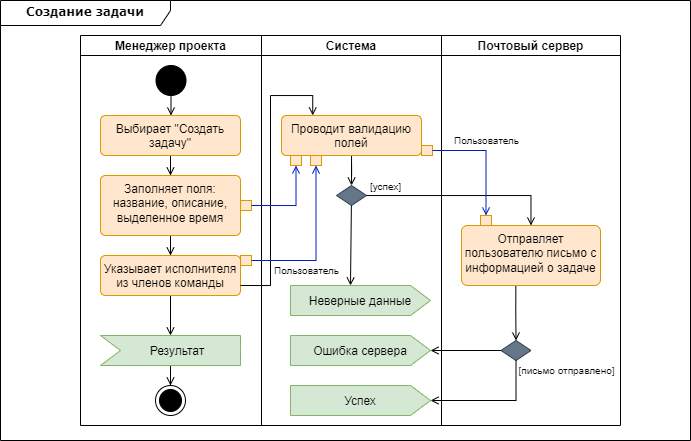
Earlier version of the draw.io export docs/create_task.png (aVorotnikov/thunder_board). Source tidied: cells renumbered, new cells last; positions are measured from the earlier drawing's top-left corner, leaving out a move shared by most shapes.
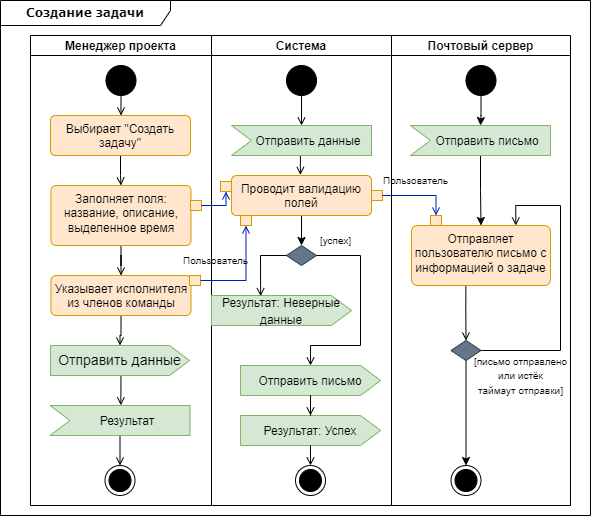
Later version of the same file.

Change to the diagram source:
```diff
@@ -3,16 +3,16 @@
     <mxCell id="0" />
     <mxCell id="1" parent="0" />
     <mxCell id="2" value="&lt;b&gt;Создание задачи&lt;/b&gt;" style="shape=umlFrame;whiteSpace=wrap;html=1;rounded=1;shadow=0;comic=0;labelBackgroundColor=none;strokeWidth=1;fontFamily=Verdana;fontSize=12;align=center;width=170;height=25;" parent="1" vertex="1">
-      <mxGeometry width="690" height="440" as="geometry" />
+      <mxGeometry x="50" width="590" height="515" as="geometry" />
     </mxCell>
     <mxCell id="3" style="shape=table;startSize=0;fillColor=none;" parent="1" vertex="1">
-      <mxGeometry x="80" y="35" width="540" height="390" as="geometry" />
+      <mxGeometry x="80" y="35" width="540" height="470" as="geometry" />
     </mxCell>
     <mxCell id="4" style="shape=tableRow;horizontal=0;swimlaneHead=0;swimlaneBody=0;top=0;left=0;strokeColor=inherit;bottom=0;right=0;fontStyle=0;fillColor=none;startSize=0;" parent="3" vertex="1">
-      <mxGeometry width="540" height="390" as="geometry" />
+      <mxGeometry width="540" height="470" as="geometry" />
     </mxCell>
     <mxCell id="5" value="Менеджер проекта" style="swimlane;swimlaneHead=0;swimlaneBody=0;fontStyle=1;strokeColor=inherit;fillColor=none;startSize=20;" parent="4" vertex="1">
-      <mxGeometry width="181" height="390" as="geometry" />
+      <mxGeometry width="181" height="470" as="geometry" />
     </mxCell>
     <mxCell id="6" style="edgeStyle=orthogonalEdgeStyle;rounded=0;jettySize=auto;html=1;endArrow=open;endFill=0;" parent="5" edge="1" source="7" target="9">
       <mxGeometry relative="1" as="geometry" />
@@ -30,70 +30,96 @@
       <mxGeometry relative="1" as="geometry" />
     </mxCell>
     <mxCell id="11" value="Заполняет поля: название, описание, выделенное время" style="html=1;align=center;verticalAlign=top;rounded=1;absoluteArcSize=1;arcSize=10;dashed=0;whiteSpace=wrap;fillColor=#ffe6cc;strokeColor=#d79b00;" parent="5" vertex="1">
-      <mxGeometry x="20" y="140" width="140" height="60" as="geometry" />
+      <mxGeometry x="20.5" y="150" width="140" height="60" as="geometry" />
     </mxCell>
-    <mxCell id="12" style="edgeStyle=orthogonalEdgeStyle;rounded=0;jettySize=auto;html=1;endArrow=open;endFill=0;" parent="5" edge="1" source="13" target="17">
-      <mxGeometry relative="1" as="geometry" />
-    </mxCell>
+    <mxCell id="46" style="edgeStyle=orthogonalEdgeStyle;rounded=0;jettySize=auto;html=1;endArrow=open;endFill=0;" parent="5" edge="1" source="13" target="48">
+      <mxGeometry relative="1" as="geometry" />
+    </mxCell>
     <mxCell id="13" value="Указывает исполнителя из членов команды" style="html=1;align=center;verticalAlign=top;rounded=1;absoluteArcSize=1;arcSize=10;dashed=0;whiteSpace=wrap;fillColor=#ffe6cc;strokeColor=#d79b00;" parent="5" vertex="1">
-      <mxGeometry x="20" y="220" width="140" height="40" as="geometry" />
+      <mxGeometry x="20.5" y="240" width="140" height="40" as="geometry" />
     </mxCell>
     <mxCell id="14" style="rounded=0;whiteSpace=wrap;html=1;fillColor=#ffe6cc;strokeColor=#d79b00;" parent="5" vertex="1">
       <mxGeometry x="160" y="165" width="11" height="10" as="geometry" />
     </mxCell>
     <mxCell id="15" style="rounded=0;whiteSpace=wrap;html=1;fillColor=#ffe6cc;strokeColor=#d79b00;" parent="5" vertex="1">
-      <mxGeometry x="160" y="220" width="11" height="10" as="geometry" />
+      <mxGeometry x="159" y="240" width="11" height="10" as="geometry" />
     </mxCell>
-    <mxCell id="16" style="edgeStyle=orthogonalEdgeStyle;rounded=0;jettySize=auto;html=1;endArrow=open;endFill=0;" parent="5" edge="1" source="17" target="18">
-      <mxGeometry relative="1" as="geometry" />
+    <mxCell id="16" style="edgeStyle=orthogonalEdgeStyle;rounded=0;jettySize=auto;html=1;endArrow=open;endFill=0;exitX=0;exitY=0;exitDx=70;exitDy=30;exitPerimeter=0;" parent="5" edge="1" source="17" target="18">
+      <mxGeometry relative="1" as="geometry">
+        <Array as="points">
+          <mxPoint x="90" y="452" />
+          <mxPoint x="90" y="452" />
+        </Array>
+      </mxGeometry>
     </mxCell>
     <mxCell id="17" value="&lt;font style=&quot;font-size: 12px;&quot;&gt;Результат&lt;/font&gt;" style="html=1;shape=mxgraph.infographic.ribbonSimple;notch1=20;notch2=0;align=center;verticalAlign=middle;fontSize=14;fontStyle=0;fillColor=#d5e8d4;flipH=0;spacingRight=0;spacingLeft=14;whiteSpace=wrap;strokeColor=#82b366;" parent="5" vertex="1">
-      <mxGeometry x="20" y="300" width="140" height="30" as="geometry" />
+      <mxGeometry x="19.5" y="370" width="140" height="30" as="geometry" />
     </mxCell>
     <mxCell id="18" style="ellipse;html=1;shape=endState;fillColor=strokeColor;" parent="5" vertex="1">
-      <mxGeometry x="75" y="350" width="30" height="30" as="geometry" />
+      <mxGeometry x="74.5" y="430" width="30" height="30" as="geometry" />
     </mxCell>
+    <mxCell id="47" style="edgeStyle=orthogonalEdgeStyle;rounded=0;jettySize=auto;html=1;exitX=0.507;exitY=0.996;exitDx=0;exitDy=0;exitPerimeter=0;entryX=0.506;entryY=-0.006;entryDx=0;entryDy=0;entryPerimeter=0;endArrow=open;endFill=0;" parent="5" edge="1" source="48" target="17">
+      <mxGeometry relative="1" as="geometry" />
+    </mxCell>
+    <mxCell id="48" value="Отправить данные" style="html=1;shape=mxgraph.infographic.ribbonSimple;notch1=0;notch2=20;align=center;verticalAlign=middle;fontSize=14;fontStyle=0;fillColor=#d5e8d4;whiteSpace=wrap;strokeColor=#82b366;" parent="5" vertex="1">
+      <mxGeometry x="20" y="310" width="139" height="30" as="geometry" />
+    </mxCell>
     <mxCell id="19" value="Система" style="swimlane;swimlaneHead=0;swimlaneBody=0;fontStyle=1;strokeColor=inherit;fillColor=none;startSize=20;" parent="4" vertex="1">
-      <mxGeometry x="181" width="180" height="390" as="geometry" />
+      <mxGeometry x="181" width="180" height="470" as="geometry" />
     </mxCell>
-    <mxCell id="20" style="edgeStyle=orthogonalEdgeStyle;rounded=0;jettySize=auto;html=1;endArrow=open;endFill=0;" parent="19" edge="1" source="21" target="23">
+    <mxCell id="20" style="edgeStyle=orthogonalEdgeStyle;rounded=0;jettySize=auto;html=1;" parent="19" edge="1" source="21" target="23">
       <mxGeometry relative="1" as="geometry" />
     </mxCell>
     <mxCell id="21" value="Проводит валидацию полей" style="html=1;align=center;verticalAlign=top;rounded=1;absoluteArcSize=1;arcSize=10;dashed=0;whiteSpace=wrap;fillColor=#ffe6cc;strokeColor=#d79b00;" parent="19" vertex="1">
-      <mxGeometry x="20" y="80" width="140" height="40" as="geometry" />
+      <mxGeometry x="20" y="140" width="140" height="40" as="geometry" />
     </mxCell>
     <mxCell id="22" style="rounded=0;whiteSpace=wrap;html=1;fillColor=#ffe6cc;strokeColor=#d79b00;" parent="19" vertex="1">
-      <mxGeometry x="29" y="120" width="11" height="10" as="geometry" />
+      <mxGeometry x="9" y="146" width="11" height="10" as="geometry" />
     </mxCell>
     <mxCell id="23" style="rhombus;whiteSpace=wrap;html=1;verticalAlign=top;rounded=0;arcSize=10;dashed=0;fillColor=#647687;fontColor=#ffffff;strokeColor=#314354;" parent="19" vertex="1">
-      <mxGeometry x="75" y="150" width="30" height="20" as="geometry" />
+      <mxGeometry x="75" y="210" width="30" height="20" as="geometry" />
     </mxCell>
-    <mxCell id="24" style="rounded=0;whiteSpace=wrap;html=1;fillColor=#ffe6cc;strokeColor=#d79b00;" parent="19" vertex="1">
-      <mxGeometry x="49" y="120" width="11" height="10" as="geometry" />
-    </mxCell>
     <mxCell id="25" style="rounded=0;whiteSpace=wrap;html=1;fillColor=#ffe6cc;strokeColor=#d79b00;" parent="19" vertex="1">
-      <mxGeometry x="160" y="110" width="11" height="10" as="geometry" />
+      <mxGeometry x="160" y="155" width="11" height="10" as="geometry" />
     </mxCell>
     <mxCell id="26" value="&lt;font style=&quot;font-size: 10px;&quot;&gt;[успех]&lt;/font&gt;" style="text;html=1;align=center;verticalAlign=middle;strokeColor=none;fillColor=none;" parent="19" vertex="1">
-      <mxGeometry x="99" y="136" width="50" height="30" as="geometry" />
+      <mxGeometry x="99" y="190" width="50" height="30" as="geometry" />
     </mxCell>
-    <mxCell id="27" value="&lt;font style=&quot;font-size: 10px;&quot;&gt;Пользователь&lt;/font&gt;" style="text;html=1;align=center;verticalAlign=middle;strokeColor=none;fillColor=none;" parent="19" vertex="1">
-      <mxGeometry y="220" width="90" height="30" as="geometry" />
-    </mxCell>
-    <mxCell id="28" value="&lt;font style=&quot;font-size: 12px;&quot;&gt;Неверные данные&lt;/font&gt;" style="html=1;shape=mxgraph.infographic.ribbonSimple;notch1=0;notch2=20;align=center;verticalAlign=middle;fontSize=14;fontStyle=0;fillColor=#d5e8d4;whiteSpace=wrap;strokeColor=#82b366;" parent="19" vertex="1">
-      <mxGeometry x="29" y="250" width="140" height="30" as="geometry" />
+    <mxCell id="28" value="&lt;font style=&quot;font-size: 12px;&quot;&gt;Результат: Неверные данные&lt;/font&gt;" style="html=1;shape=mxgraph.infographic.ribbonSimple;notch1=0;notch2=20;align=center;verticalAlign=middle;fontSize=14;fontStyle=0;fillColor=#d5e8d4;whiteSpace=wrap;strokeColor=#82b366;" parent="19" vertex="1">
+      <mxGeometry y="260" width="140" height="30" as="geometry" />
     </mxCell>
-    <mxCell id="29" value="&lt;font style=&quot;font-size: 12px;&quot;&gt;Ошибка сервера&lt;/font&gt;" style="html=1;shape=mxgraph.infographic.ribbonSimple;notch1=0;notch2=20;align=center;verticalAlign=middle;fontSize=14;fontStyle=0;fillColor=#d5e8d4;whiteSpace=wrap;strokeColor=#82b366;" parent="19" vertex="1">
-      <mxGeometry x="29" y="300" width="140" height="30" as="geometry" />
-    </mxCell>
-    <mxCell id="30" value="&lt;font style=&quot;font-size: 12px;&quot;&gt;Успех&lt;/font&gt;" style="html=1;shape=mxgraph.infographic.ribbonSimple;notch1=0;notch2=20;align=center;verticalAlign=middle;fontSize=14;fontStyle=0;fillColor=#d5e8d4;whiteSpace=wrap;strokeColor=#82b366;" parent="19" vertex="1">
-      <mxGeometry x="29" y="350" width="140" height="30" as="geometry" />
+    <mxCell id="30" value="&lt;font style=&quot;font-size: 12px;&quot;&gt;Отправить письмо&lt;/font&gt;" style="html=1;shape=mxgraph.infographic.ribbonSimple;notch1=0;notch2=20;align=center;verticalAlign=middle;fontSize=14;fontStyle=0;fillColor=#d5e8d4;whiteSpace=wrap;strokeColor=#82b366;" parent="19" vertex="1">
+      <mxGeometry x="29" y="330" width="140" height="30" as="geometry" />
     </mxCell>
-    <mxCell id="31" style="endArrow=open;html=1;rounded=0;entryX=0;entryY=0;entryDx=60;entryDy=0;entryPerimeter=0;endFill=0;" parent="19" edge="1" source="23" target="28">
-      <mxGeometry relative="1" as="geometry" />
+    <mxCell id="31" style="endArrow=open;html=1;rounded=0;entryX=0.351;entryY=0.024;entryDx=0;entryDy=0;entryPerimeter=0;endFill=0;exitX=0;exitY=0.5;exitDx=0;exitDy=0;" parent="19" edge="1" source="23" target="28">
+      <mxGeometry relative="1" as="geometry">
+        <Array as="points">
+          <mxPoint x="49" y="220" />
+        </Array>
+      </mxGeometry>
     </mxCell>
+    <mxCell id="49" style="ellipse;fillColor=strokeColor;html=1;" parent="19" vertex="1">
+      <mxGeometry x="75" y="30" width="30" height="30" as="geometry" />
+    </mxCell>
+    <mxCell id="24" style="rounded=0;whiteSpace=wrap;html=1;fillColor=#ffe6cc;strokeColor=#d79b00;" parent="19" vertex="1">
+      <mxGeometry x="29" y="180" width="11" height="10" as="geometry" />
+    </mxCell>
+    <mxCell id="42" style="edgeStyle=orthogonalEdgeStyle;rounded=0;jettySize=auto;html=1;endArrow=open;endFill=0;exitX=1;exitY=0.5;exitDx=0;exitDy=0;" parent="19" edge="1" source="23">
+      <mxGeometry relative="1" as="geometry">
+        <mxPoint x="99" y="330" as="targetPoint" />
+        <Array as="points">
+          <mxPoint x="149" y="220" />
+          <mxPoint x="149" y="310" />
+          <mxPoint x="99" y="310" />
+          <mxPoint x="99" y="330" />
+        </Array>
+      </mxGeometry>
+    </mxCell>
+    <mxCell id="50" style="ellipse;html=1;shape=endState;fillColor=strokeColor;" parent="19" vertex="1">
+      <mxGeometry x="84" y="430" width="30" height="30" as="geometry" />
+    </mxCell>
     <mxCell id="32" value="Почтовый сервер" style="swimlane;swimlaneHead=0;swimlaneBody=0;fontStyle=1;strokeColor=inherit;fillColor=none;startSize=20;" parent="4" vertex="1">
-      <mxGeometry x="361" width="179" height="390" as="geometry" />
+      <mxGeometry x="361" width="179" height="470" as="geometry" />
     </mxCell>
     <mxCell id="33" style="edgeStyle=orthogonalEdgeStyle;rounded=0;jettySize=auto;html=1;endArrow=open;endFill=0;exitX=0.391;exitY=1.006;exitDx=0;exitDy=0;exitPerimeter=0;" parent="32" edge="1" source="34" target="37">
       <mxGeometry relative="1" as="geometry" />
@@ -105,40 +131,74 @@
       <mxGeometry x="39" y="180" width="11" height="10" as="geometry" />
     </mxCell>
     <mxCell id="36" value="&lt;font style=&quot;font-size: 10px;&quot;&gt;Пользователь&lt;/font&gt;" style="text;html=1;align=center;verticalAlign=middle;strokeColor=none;fillColor=none;" parent="32" vertex="1">
-      <mxGeometry x="-0.5" y="90" width="90" height="30" as="geometry" />
+      <mxGeometry x="-21" y="130" width="90" height="30" as="geometry" />
     </mxCell>
+    <mxCell id="51" style="edgeStyle=orthogonalEdgeStyle;rounded=0;jettySize=auto;html=1;" parent="32" edge="1" source="37" target="55">
+      <mxGeometry relative="1" as="geometry" />
+    </mxCell>
+    <mxCell id="52" style="edgeStyle=orthogonalEdgeStyle;rounded=0;jettySize=auto;html=1;entryX=0.75;entryY=0;entryDx=0;entryDy=0;endArrow=open;endFill=0;" parent="32" edge="1" source="37" target="34">
+      <mxGeometry relative="1" as="geometry">
+        <Array as="points">
+          <mxPoint x="169" y="315" />
+          <mxPoint x="169" y="170" />
+          <mxPoint x="124" y="170" />
+        </Array>
+      </mxGeometry>
+    </mxCell>
     <mxCell id="37" style="rhombus;whiteSpace=wrap;html=1;verticalAlign=top;rounded=0;arcSize=10;dashed=0;fillColor=#647687;fontColor=#ffffff;strokeColor=#314354;" parent="32" vertex="1">
       <mxGeometry x="59.5" y="305" width="30" height="20" as="geometry" />
     </mxCell>
-    <mxCell id="38" value="&lt;span style=&quot;font-size: 10px;&quot;&gt;[письмо отправлено]&lt;/span&gt;" style="text;html=1;align=center;verticalAlign=middle;strokeColor=none;fillColor=none;" parent="32" vertex="1">
-      <mxGeometry x="65" y="320" width="120" height="30" as="geometry" />
+    <mxCell id="38" value="&lt;span style=&quot;font-size: 10px;&quot;&gt;[письмо отправлено &lt;br&gt;или истёк &lt;br&gt;таймаут отправки]&lt;/span&gt;" style="text;html=1;align=center;verticalAlign=middle;strokeColor=none;fillColor=none;" parent="32" vertex="1">
+      <mxGeometry x="69" y="310" width="120" height="60" as="geometry" />
     </mxCell>
-    <mxCell id="39" style="edgeStyle=orthogonalEdgeStyle;rounded=0;jettySize=auto;html=1;exitX=1;exitY=0.75;exitDx=0;exitDy=0;entryX=0.223;entryY=-0.002;entryDx=0;entryDy=0;entryPerimeter=0;endArrow=open;endFill=0;" parent="4" edge="1" source="13" target="21">
-      <mxGeometry relative="1" as="geometry">
-        <Array as="points">
-          <mxPoint x="190" y="250" />
-          <mxPoint x="190" y="60" />
-          <mxPoint x="232" y="60" />
-        </Array>
-      </mxGeometry>
-    </mxCell>
+    <mxCell id="53" style="edgeStyle=orthogonalEdgeStyle;rounded=0;jettySize=auto;html=1;" parent="32" edge="1" source="54" target="34">
+      <mxGeometry relative="1" as="geometry" />
+    </mxCell>
+    <mxCell id="54" value="&lt;font style=&quot;font-size: 12px;&quot;&gt;Отправить письмо&lt;/font&gt;" style="html=1;shape=mxgraph.infographic.ribbonSimple;notch1=20;notch2=0;align=center;verticalAlign=middle;fontSize=14;fontStyle=0;fillColor=#d5e8d4;flipH=0;spacingRight=0;spacingLeft=14;whiteSpace=wrap;strokeColor=#82b366;" parent="32" vertex="1">
+      <mxGeometry x="19" y="90" width="140" height="30" as="geometry" />
+    </mxCell>
+    <mxCell id="55" style="ellipse;html=1;shape=endState;fillColor=strokeColor;" parent="32" vertex="1">
+      <mxGeometry x="59.5" y="430" width="30" height="30" as="geometry" />
+    </mxCell>
+    <mxCell id="56" style="ellipse;fillColor=strokeColor;html=1;" parent="32" vertex="1">
+      <mxGeometry x="74.5" y="30" width="30" height="30" as="geometry" />
+    </mxCell>
+    <mxCell id="57" style="edgeStyle=orthogonalEdgeStyle;rounded=0;jettySize=auto;html=1;" parent="32" edge="1" source="56" target="54">
+      <mxGeometry relative="1" as="geometry" />
+    </mxCell>
     <mxCell id="40" style="edgeStyle=orthogonalEdgeStyle;rounded=0;jettySize=auto;html=1;exitX=1;exitY=0.5;exitDx=0;exitDy=0;entryX=0.5;entryY=1;entryDx=0;entryDy=0;fillColor=#0050ef;strokeColor=#001DBC;endArrow=open;endFill=0;" parent="4" edge="1" source="14" target="22">
       <mxGeometry relative="1" as="geometry" />
     </mxCell>
+    <mxCell id="43" style="edgeStyle=orthogonalEdgeStyle;rounded=0;jettySize=auto;html=1;exitX=1;exitY=0.5;exitDx=0;exitDy=0;entryX=0.5;entryY=0;entryDx=0;entryDy=0;fillColor=#0050ef;strokeColor=#001DBC;endArrow=open;endFill=0;" parent="4" edge="1" source="25" target="35">
+      <mxGeometry relative="1" as="geometry" />
+    </mxCell>
-    <mxCell id="41" style="edgeStyle=orthogonalEdgeStyle;rounded=0;jettySize=auto;html=1;exitX=1;exitY=0.5;exitDx=0;exitDy=0;entryX=0.5;entryY=1;entryDx=0;entryDy=0;fillColor=#0050ef;strokeColor=#001DBC;endArrow=open;endFill=0;" parent="4" edge="1" source="15" target="24">
+    <mxCell id="41" style="edgeStyle=orthogonalEdgeStyle;rounded=0;jettySize=auto;html=1;entryX=0.5;entryY=1;entryDx=0;entryDy=0;fillColor=#0050ef;strokeColor=#001DBC;endArrow=open;endFill=0;exitX=1;exitY=0.5;exitDx=0;exitDy=0;" parent="4" edge="1" source="15" target="24">
       <mxGeometry relative="1" as="geometry" />
     </mxCell>
-    <mxCell id="42" style="edgeStyle=orthogonalEdgeStyle;rounded=0;jettySize=auto;html=1;endArrow=open;endFill=0;" parent="4" edge="1" source="23" target="34">
-      <mxGeometry relative="1" as="geometry" />
-    </mxCell>
-    <mxCell id="43" style="edgeStyle=orthogonalEdgeStyle;rounded=0;jettySize=auto;html=1;exitX=1;exitY=0.5;exitDx=0;exitDy=0;entryX=0.5;entryY=0;entryDx=0;entryDy=0;fillColor=#0050ef;strokeColor=#001DBC;endArrow=open;endFill=0;" parent="4" edge="1" source="25" target="35">
-      <mxGeometry relative="1" as="geometry" />
-    </mxCell>
-    <mxCell id="44" style="edgeStyle=orthogonalEdgeStyle;rounded=0;jettySize=auto;html=1;exitX=0;exitY=0.5;exitDx=0;exitDy=0;endArrow=open;endFill=0;" parent="4" edge="1" source="37" target="29">
-      <mxGeometry relative="1" as="geometry" />
-    </mxCell>
-    <mxCell id="45" style="edgeStyle=orthogonalEdgeStyle;rounded=0;jettySize=auto;html=1;exitX=0.5;exitY=1;exitDx=0;exitDy=0;entryX=1;entryY=0.5;entryDx=0;entryDy=0;entryPerimeter=0;endArrow=open;endFill=0;" parent="4" edge="1" source="37" target="30">
-      <mxGeometry relative="1" as="geometry" />
-    </mxCell>
+    <mxCell id="27" value="&lt;font style=&quot;font-size: 10px;&quot;&gt;Пользователь&lt;/font&gt;" style="text;html=1;align=center;verticalAlign=middle;strokeColor=none;fillColor=none;" parent="1" vertex="1">
+      <mxGeometry x="220" y="245" width="90" height="30" as="geometry" />
+    </mxCell>
+    <mxCell id="58" style="edgeStyle=orthogonalEdgeStyle;rounded=0;jettySize=auto;html=1;entryX=0.492;entryY=-0.013;entryDx=0;entryDy=0;entryPerimeter=0;endArrow=open;endFill=0;" parent="1" edge="1" source="59" target="21">
+      <mxGeometry relative="1" as="geometry">
+        <Array as="points">
+          <mxPoint x="350" y="165" />
+        </Array>
+      </mxGeometry>
+    </mxCell>
+    <mxCell id="59" value="&lt;font style=&quot;font-size: 12px;&quot;&gt;Отправить данные&lt;/font&gt;" style="html=1;shape=mxgraph.infographic.ribbonSimple;notch1=20;notch2=0;align=center;verticalAlign=middle;fontSize=14;fontStyle=0;fillColor=#d5e8d4;flipH=0;spacingRight=0;spacingLeft=14;whiteSpace=wrap;strokeColor=#82b366;" parent="1" vertex="1">
+      <mxGeometry x="281" y="125" width="140" height="30" as="geometry" />
+    </mxCell>
+    <mxCell id="60" style="edgeStyle=orthogonalEdgeStyle;rounded=0;jettySize=auto;html=1;entryX=0;entryY=0;entryDx=70;entryDy=0;entryPerimeter=0;endArrow=open;endFill=0;" parent="1" edge="1" source="49" target="59">
+      <mxGeometry relative="1" as="geometry" />
+    </mxCell>
+    <mxCell id="61" value="&lt;font style=&quot;font-size: 12px;&quot;&gt;Результат: Успех&lt;/font&gt;" style="html=1;shape=mxgraph.infographic.ribbonSimple;notch1=0;notch2=20;align=center;verticalAlign=middle;fontSize=14;fontStyle=0;fillColor=#d5e8d4;whiteSpace=wrap;strokeColor=#82b366;" parent="1" vertex="1">
+      <mxGeometry x="290" y="415" width="140" height="30" as="geometry" />
+    </mxCell>
+    <mxCell id="62" style="edgeStyle=orthogonalEdgeStyle;rounded=0;jettySize=auto;html=1;endArrow=open;endFill=0;" parent="1" edge="1" source="30" target="61">
+      <mxGeometry relative="1" as="geometry" />
+    </mxCell>
+    <mxCell id="63" style="endArrow=open;html=1;rounded=0;endFill=0;" parent="1" edge="1" source="61" target="50">
+      <mxGeometry relative="1" as="geometry" />
+    </mxCell>
   </root>
 </mxGraphModel>
```
